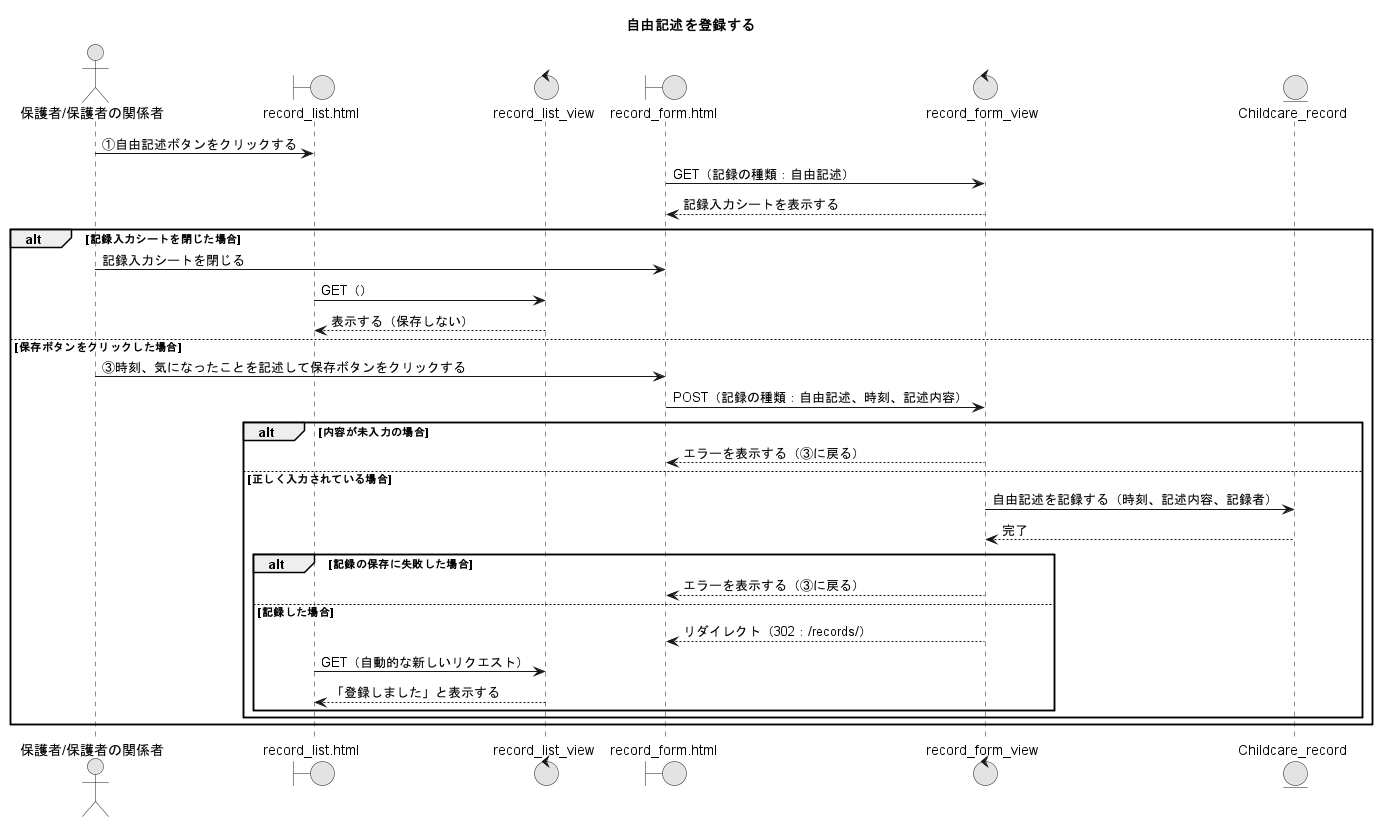
Earlier version of the PlantUML export PNG/24_自由記述を登録する.png (Ma2naga190330/26_sotugyou_puml). Source of this version:
```plantuml
@startuml
title 自由記述を登録する
skinparam defaultFontName "Noto Sans CJK JP"
skinparam monochrome true

actor "保護者/保護者の関係者" as A
boundary "record_list.html" as RLP
control "record_list_view" as RLV
boundary "record_form.html" as RFP
control "record_form_view" as RFV
entity "Childcare_record" as CRM

A -> RLP : ①自由記述ボタンをクリックする
RFP -> RFV : GET（記録の種類：自由記述）
RFV --> RFP : 記録入力シートを表示する

alt 記録入力シートを閉じた場合
  A -> RFP : 記録入力シートを閉じる
  RLP -> RLV : GET（）
  RLV --> RLP : 表示する（保存しない）
else 保存ボタンをクリックした場合
  A -> RFP : ③時刻、気になったことを記述して保存ボタンをクリックする
  RFP -> RFV : POST（記録の種類：自由記述、時刻、記述内容）
  alt 内容が未入力の場合
    RFV --> RFP : エラーを表示する（③に戻る）
  else 正しく入力されている場合
    RFV -> CRM : 自由記述を記録する（時刻、記述内容、記録者）
    RFV <-- CRM : 完了
    alt 記録の保存に失敗した場合
      RFV --> RFP : エラーを表示する（③に戻る）
    else 記録した場合
      RFV --> RFP : リダイレクト（302：/records/）
      RLP -> RLV : GET（自動的な新しいリクエスト）
      RLV --> RLP : 「登録しました」と表示する
    end
  end
end
@enduml
```
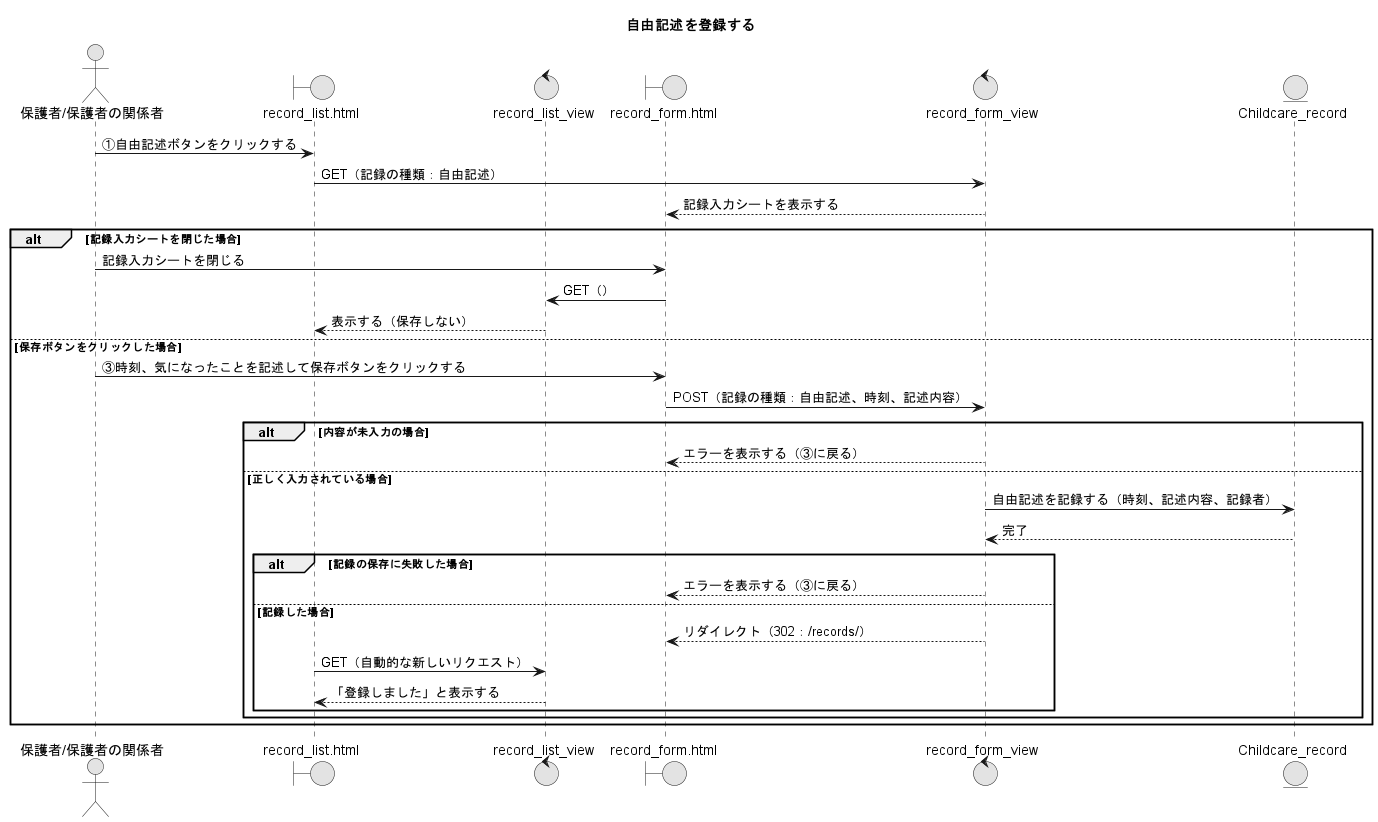
After the commit.

Change to the diagram source:
```diff
@@ -11,12 +11,12 @@
 entity "Childcare_record" as CRM
 
 A -> RLP : ①自由記述ボタンをクリックする
-RFP -> RFV : GET（記録の種類：自由記述）
+RLP -> RFV : GET（記録の種類：自由記述）
 RFV --> RFP : 記録入力シートを表示する
 
 alt 記録入力シートを閉じた場合
   A -> RFP : 記録入力シートを閉じる
-  RLP -> RLV : GET（）
+  RFP -> RLV : GET（）
   RLV --> RLP : 表示する（保存しない）
 else 保存ボタンをクリックした場合
   A -> RFP : ③時刻、気になったことを記述して保存ボタンをクリックする
```
